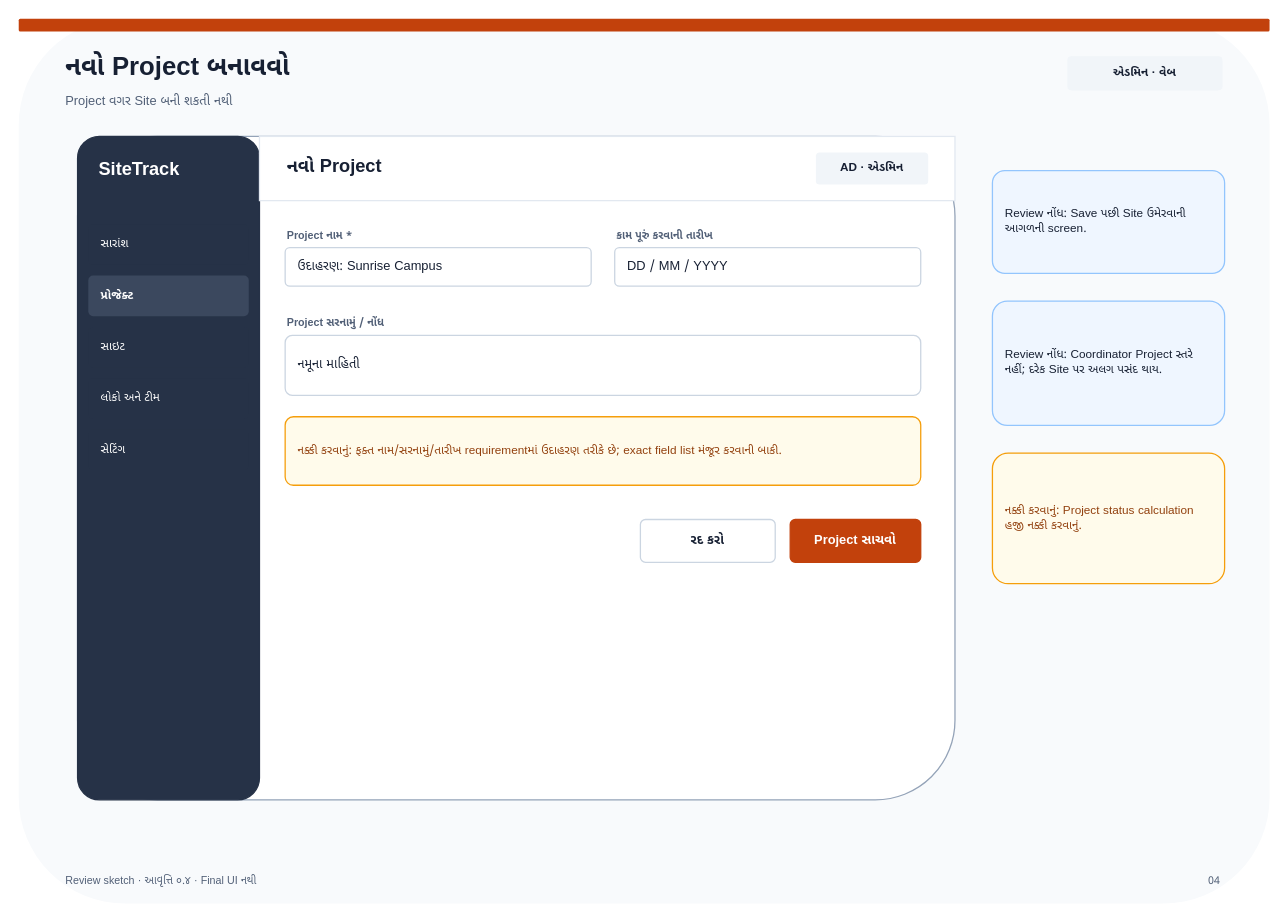
Before: page "04 · Create a new Project" (5 of 18) of review/site-tracking-screen-sketches-v0.4.drawio in dbmoradiya/site-tracking-system, a draw.io diagram. Source tidied: cells renumbered, new cells numbered last; positions are measured from the earlier drawing's top-left corner, leaving out a move shared by most shapes. Both pictures are drawn from the tidied source at 107%, with x=0, y=0 at pixel (18, 18).
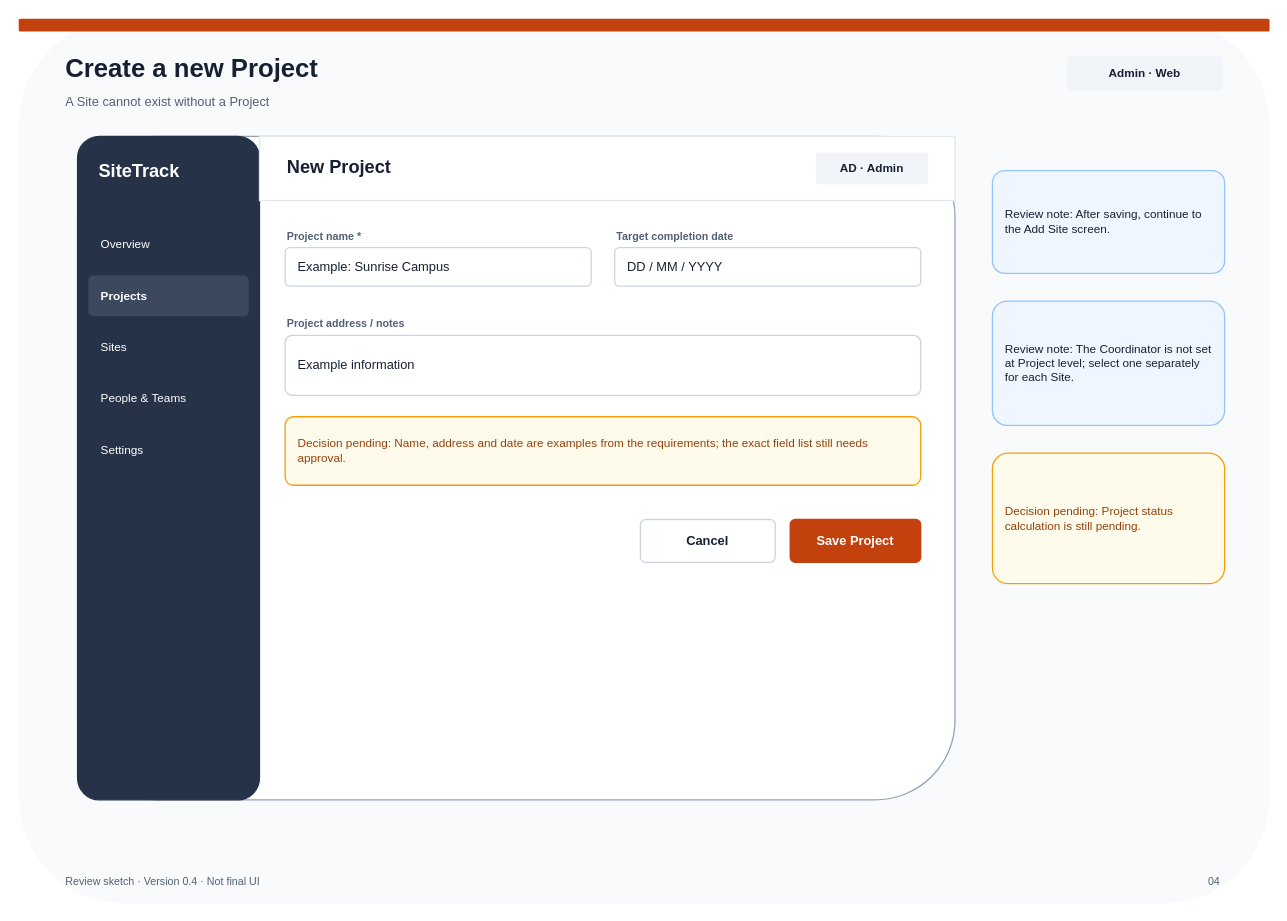
The same page after the edit.

What changed in the source:
```diff
@@
-    <mxCell id="2" style="rounded=1;whiteSpace=wrap;html=1;fillColor=#F8FAFC;strokeColor=none;strokeWidth=1.2;fontFamily=Noto Sans Gujarati;fontSize=13;fontColor=#172033;fontStyle=0;align=left;verticalAlign=middle;spacingLeft=10;spacingRight=10;spacingTop=6;spacingBottom=6;dashed=0;arcSize=12;" parent="1" vertex="1">
+    <mxCell id="2" style="rounded=1;whiteSpace=wrap;html=1;fillColor=#F8FAFC;strokeColor=none;strokeWidth=1.2;fontFamily=Arial;fontSize=13;fontColor=#172033;fontStyle=0;align=left;verticalAlign=middle;spacingLeft=10;spacingRight=10;spacingTop=6;spacingBottom=6;dashed=0;arcSize=12;" parent="1" vertex="1">
       <mxGeometry width="1169" height="827" as="geometry" />
     </mxCell>
-    <mxCell id="3" style="rounded=1;whiteSpace=wrap;html=1;fillColor=#C2410C;strokeColor=none;strokeWidth=1.2;fontFamily=Noto Sans Gujarati;fontSize=13;fontColor=#172033;fontStyle=0;align=left;verticalAlign=middle;spacingLeft=10;spacingRight=10;spacingTop=6;spacingBottom=6;dashed=0;arcSize=12;" parent="1" vertex="1">
+    <mxCell id="3" style="rounded=1;whiteSpace=wrap;html=1;fillColor=#C2410C;strokeColor=none;strokeWidth=1.2;fontFamily=Arial;fontSize=13;fontColor=#172033;fontStyle=0;align=left;verticalAlign=middle;spacingLeft=10;spacingRight=10;spacingTop=6;spacingBottom=6;dashed=0;arcSize=12;" parent="1" vertex="1">
       <mxGeometry width="1169" height="12" as="geometry" />
     </mxCell>
-    <mxCell id="4" value="નવો Project બનાવવો" style="text;html=1;strokeColor=none;fillColor=none;whiteSpace=wrap;fontFamily=Noto Sans Gujarati;fontSize=24;fontColor=#172033;fontStyle=1;align=left;verticalAlign=middle;" parent="1" vertex="1">
+    <mxCell id="4" value="Create a new Project" style="text;html=1;strokeColor=none;fillColor=none;whiteSpace=wrap;fontFamily=Arial;fontSize=24;fontColor=#172033;fontStyle=1;align=left;verticalAlign=middle;" parent="1" vertex="1">
       <mxGeometry x="42" y="30" width="875" height="34" as="geometry" />
     </mxCell>
-    <mxCell id="5" value="Project વગર Site બની શકતી નથી" style="text;html=1;strokeColor=none;fillColor=none;whiteSpace=wrap;fontFamily=Noto Sans Gujarati;fontSize=12;fontColor=#526077;fontStyle=0;align=left;verticalAlign=middle;" parent="1" vertex="1">
+    <mxCell id="5" value="A Site cannot exist without a Project" style="text;html=1;strokeColor=none;fillColor=none;whiteSpace=wrap;fontFamily=Arial;fontSize=12;fontColor=#526077;fontStyle=0;align=left;verticalAlign=middle;" parent="1" vertex="1">
       <mxGeometry x="42" y="66" width="900" height="24" as="geometry" />
     </mxCell>
-    <mxCell id="6" value="એડમિન · વેબ" style="rounded=1;whiteSpace=wrap;html=1;fillColor=#F1F5F9;strokeColor=none;strokeWidth=1.2;fontFamily=Noto Sans Gujarati;fontSize=11;fontColor=#172033;fontStyle=1;align=center;verticalAlign=middle;spacingLeft=10;spacingRight=10;spacingTop=6;spacingBottom=6;dashed=0;arcSize=12;" parent="1" vertex="1">
+    <mxCell id="6" value="Admin · Web" style="rounded=1;whiteSpace=wrap;html=1;fillColor=#F1F5F9;strokeColor=none;strokeWidth=1.2;fontFamily=Arial;fontSize=11;fontColor=#172033;fontStyle=1;align=center;verticalAlign=middle;spacingLeft=10;spacingRight=10;spacingTop=6;spacingBottom=6;dashed=0;arcSize=12;" parent="1" vertex="1">
       <mxGeometry x="980" y="35" width="145" height="32" as="geometry" />
     </mxCell>
-    <mxCell id="7" value="Review sketch · આવૃત્તિ ૦.૪ · Final UI નથી" style="text;html=1;strokeColor=none;fillColor=none;whiteSpace=wrap;fontFamily=Noto Sans Gujarati;fontSize=10;fontColor=#526077;fontStyle=0;align=left;verticalAlign=middle;" parent="1" vertex="1">
+    <mxCell id="7" value="Review sketch · Version 0.4 · Not final UI" style="text;html=1;strokeColor=none;fillColor=none;whiteSpace=wrap;fontFamily=Arial;fontSize=10;fontColor=#526077;fontStyle=0;align=left;verticalAlign=middle;" parent="1" vertex="1">
       <mxGeometry x="42" y="797" width="930" height="18" as="geometry" />
     </mxCell>
-    <mxCell id="8" value="04" style="text;html=1;strokeColor=none;fillColor=none;whiteSpace=wrap;fontFamily=Noto Sans Gujarati;fontSize=10;fontColor=#526077;fontStyle=0;align=right;verticalAlign=middle;" parent="1" vertex="1">
+    <mxCell id="8" value="04" style="text;html=1;strokeColor=none;fillColor=none;whiteSpace=wrap;fontFamily=Arial;fontSize=10;fontColor=#526077;fontStyle=0;align=right;verticalAlign=middle;" parent="1" vertex="1">
       <mxGeometry x="1030" y="797" width="95" height="18" as="geometry" />
     </mxCell>
-    <mxCell id="9" style="rounded=1;whiteSpace=wrap;html=1;fillColor=#FFFFFF;strokeColor=#94A3B8;strokeWidth=1.2;fontFamily=Noto Sans Gujarati;fontSize=13;fontColor=#172033;fontStyle=0;align=left;verticalAlign=middle;spacingLeft=10;spacingRight=10;spacingTop=6;spacingBottom=6;dashed=0;arcSize=12;" parent="1" vertex="1">
+    <mxCell id="9" style="rounded=1;whiteSpace=wrap;html=1;fillColor=#FFFFFF;strokeColor=#94A3B8;strokeWidth=1.2;fontFamily=Arial;fontSize=13;fontColor=#172033;fontStyle=0;align=left;verticalAlign=middle;spacingLeft=10;spacingRight=10;spacingTop=6;spacingBottom=6;dashed=0;arcSize=12;" parent="1" vertex="1">
       <mxGeometry x="55" y="110" width="820" height="620" as="geometry" />
     </mxCell>
-    <mxCell id="10" style="rounded=1;whiteSpace=wrap;html=1;fillColor=#263247;strokeColor=#263247;strokeWidth=1.2;fontFamily=Noto Sans Gujarati;fontSize=13;fontColor=#172033;fontStyle=0;align=left;verticalAlign=middle;spacingLeft=10;spacingRight=10;spacingTop=6;spacingBottom=6;dashed=0;arcSize=12;" parent="1" vertex="1">
+    <mxCell id="10" style="rounded=1;whiteSpace=wrap;html=1;fillColor=#263247;strokeColor=#263247;strokeWidth=1.2;fontFamily=Arial;fontSize=13;fontColor=#172033;fontStyle=0;align=left;verticalAlign=middle;spacingLeft=10;spacingRight=10;spacingTop=6;spacingBottom=6;dashed=0;arcSize=12;" parent="1" vertex="1">
       <mxGeometry x="55" y="110" width="170" height="620" as="geometry" />
     </mxCell>
-    <mxCell id="11" value="SiteTrack" style="text;html=1;strokeColor=none;fillColor=none;whiteSpace=wrap;fontFamily=Noto Sans Gujarati;fontSize=17;fontColor=#FFFFFF;fontStyle=1;align=left;verticalAlign=middle;" parent="1" vertex="1">
+    <mxCell id="11" value="SiteTrack" style="text;html=1;strokeColor=none;fillColor=none;whiteSpace=wrap;fontFamily=Arial;fontSize=17;fontColor=#FFFFFF;fontStyle=1;align=left;verticalAlign=middle;" parent="1" vertex="1">
       <mxGeometry x="73" y="128" width="135" height="30" as="geometry" />
     </mxCell>
-    <mxCell id="12" value="સારાંશ" style="rounded=1;whiteSpace=wrap;html=1;fillColor=#263247;strokeColor=none;strokeWidth=1.2;fontFamily=Noto Sans Gujarati;fontSize=11;fontColor=#FFFFFF;fontStyle=0;align=left;verticalAlign=middle;spacingLeft=10;spacingRight=10;spacingTop=6;spacingBottom=6;dashed=0;arcSize=12;" parent="1" vertex="1">
+    <mxCell id="12" value="Overview" style="rounded=1;whiteSpace=wrap;html=1;fillColor=#263247;strokeColor=none;strokeWidth=1.2;fontFamily=Arial;fontSize=11;fontColor=#FFFFFF;fontStyle=0;align=left;verticalAlign=middle;spacingLeft=10;spacingRight=10;spacingTop=6;spacingBottom=6;dashed=0;arcSize=12;" parent="1" vertex="1">
       <mxGeometry x="65" y="192" width="150" height="38" as="geometry" />
     </mxCell>
-    <mxCell id="13" value="પ્રોજેક્ટ" style="rounded=1;whiteSpace=wrap;html=1;fillColor=#3B485E;strokeColor=none;strokeWidth=1.2;fontFamily=Noto Sans Gujarati;fontSize=11;fontColor=#FFFFFF;fontStyle=1;align=left;verticalAlign=middle;spacingLeft=10;spacingRight=10;spacingTop=6;spacingBottom=6;dashed=0;arcSize=12;" parent="1" vertex="1">
+    <mxCell id="13" value="Projects" style="rounded=1;whiteSpace=wrap;html=1;fillColor=#3B485E;strokeColor=none;strokeWidth=1.2;fontFamily=Arial;fontSize=11;fontColor=#FFFFFF;fontStyle=1;align=left;verticalAlign=middle;spacingLeft=10;spacingRight=10;spacingTop=6;spacingBottom=6;dashed=0;arcSize=12;" parent="1" vertex="1">
       <mxGeometry x="65" y="240" width="150" height="38" as="geometry" />
     </mxCell>
-    <mxCell id="14" value="સાઇટ" style="rounded=1;whiteSpace=wrap;html=1;fillColor=#263247;strokeColor=none;strokeWidth=1.2;fontFamily=Noto Sans Gujarati;fontSize=11;fontColor=#FFFFFF;fontStyle=0;align=left;verticalAlign=middle;spacingLeft=10;spacingRight=10;spacingTop=6;spacingBottom=6;dashed=0;arcSize=12;" parent="1" vertex="1">
+    <mxCell id="14" value="Sites" style="rounded=1;whiteSpace=wrap;html=1;fillColor=#263247;strokeColor=none;strokeWidth=1.2;fontFamily=Arial;fontSize=11;fontColor=#FFFFFF;fontStyle=0;align=left;verticalAlign=middle;spacingLeft=10;spacingRight=10;spacingTop=6;spacingBottom=6;dashed=0;arcSize=12;" parent="1" vertex="1">
       <mxGeometry x="65" y="288" width="150" height="38" as="geometry" />
     </mxCell>
-    <mxCell id="15" value="લોકો અને ટીમ" style="rounded=1;whiteSpace=wrap;html=1;fillColor=#263247;strokeColor=none;strokeWidth=1.2;fontFamily=Noto Sans Gujarati;fontSize=11;fontColor=#FFFFFF;fontStyle=0;align=left;verticalAlign=middle;spacingLeft=10;spacingRight=10;spacingTop=6;spacingBottom=6;dashed=0;arcSize=12;" parent="1" vertex="1">
+    <mxCell id="15" value="People &amp; Teams" style="rounded=1;whiteSpace=wrap;html=1;fillColor=#263247;strokeColor=none;strokeWidth=1.2;fontFamily=Arial;fontSize=11;fontColor=#FFFFFF;fontStyle=0;align=left;verticalAlign=middle;spacingLeft=10;spacingRight=10;spacingTop=6;spacingBottom=6;dashed=0;arcSize=12;" parent="1" vertex="1">
       <mxGeometry x="65" y="336" width="150" height="38" as="geometry" />
     </mxCell>
-    <mxCell id="16" value="સેટિંગ" style="rounded=1;whiteSpace=wrap;html=1;fillColor=#263247;strokeColor=none;strokeWidth=1.2;fontFamily=Noto Sans Gujarati;fontSize=11;fontColor=#FFFFFF;fontStyle=0;align=left;verticalAlign=middle;spacingLeft=10;spacingRight=10;spacingTop=6;spacingBottom=6;dashed=0;arcSize=12;" parent="1" vertex="1">
+    <mxCell id="16" value="Settings" style="rounded=1;whiteSpace=wrap;html=1;fillColor=#263247;strokeColor=none;strokeWidth=1.2;fontFamily=Arial;fontSize=11;fontColor=#FFFFFF;fontStyle=0;align=left;verticalAlign=middle;spacingLeft=10;spacingRight=10;spacingTop=6;spacingBottom=6;dashed=0;arcSize=12;" parent="1" vertex="1">
       <mxGeometry x="65" y="384" width="150" height="38" as="geometry" />
     </mxCell>
-    <mxCell id="17" style="rounded=0;whiteSpace=wrap;html=1;fillColor=#FFFFFF;strokeColor=#E2E8F0;strokeWidth=1.2;fontFamily=Noto Sans Gujarati;fontSize=13;fontColor=#172033;fontStyle=0;align=left;verticalAlign=middle;spacingLeft=10;spacingRight=10;spacingTop=6;spacingBottom=6;dashed=0;arcSize=12;" parent="1" vertex="1">
+    <mxCell id="17" style="rounded=0;whiteSpace=wrap;html=1;fillColor=#FFFFFF;strokeColor=#E2E8F0;strokeWidth=1.2;fontFamily=Arial;fontSize=13;fontColor=#172033;fontStyle=0;align=left;verticalAlign=middle;spacingLeft=10;spacingRight=10;spacingTop=6;spacingBottom=6;dashed=0;arcSize=12;" parent="1" vertex="1">
       <mxGeometry x="225" y="110" width="650" height="60" as="geometry" />
     </mxCell>
-    <mxCell id="18" value="નવો Project" style="text;html=1;strokeColor=none;fillColor=none;whiteSpace=wrap;fontFamily=Noto Sans Gujarati;fontSize=17;fontColor=#172033;fontStyle=1;align=left;verticalAlign=middle;" parent="1" vertex="1">
+    <mxCell id="18" value="New Project" style="text;html=1;strokeColor=none;fillColor=none;whiteSpace=wrap;fontFamily=Arial;fontSize=17;fontColor=#172033;fontStyle=1;align=left;verticalAlign=middle;" parent="1" vertex="1">
       <mxGeometry x="249" y="125" width="400" height="30" as="geometry" />
     </mxCell>
-    <mxCell id="19" value="AD · એડમિન" style="rounded=1;whiteSpace=wrap;html=1;fillColor=#F1F5F9;strokeColor=none;strokeWidth=1.2;fontFamily=Noto Sans Gujarati;fontSize=11;fontColor=#172033;fontStyle=1;align=center;verticalAlign=middle;spacingLeft=10;spacingRight=10;spacingTop=6;spacingBottom=6;dashed=0;arcSize=12;" parent="1" vertex="1">
+    <mxCell id="19" value="AD · Admin" style="rounded=1;whiteSpace=wrap;html=1;fillColor=#F1F5F9;strokeColor=none;strokeWidth=1.2;fontFamily=Arial;fontSize=11;fontColor=#172033;fontStyle=1;align=center;verticalAlign=middle;spacingLeft=10;spacingRight=10;spacingTop=6;spacingBottom=6;dashed=0;arcSize=12;" parent="1" vertex="1">
       <mxGeometry x="745" y="125" width="105" height="30" as="geometry" />
     </mxCell>
-    <mxCell id="20" value="Project નામ *" style="text;html=1;strokeColor=none;fillColor=none;whiteSpace=wrap;fontFamily=Noto Sans Gujarati;fontSize=10;fontColor=#526077;fontStyle=1;align=left;verticalAlign=middle;" parent="1" vertex="1">
+    <mxCell id="20" value="Project name *" style="text;html=1;strokeColor=none;fillColor=none;whiteSpace=wrap;fontFamily=Arial;fontSize=10;fontColor=#526077;fontStyle=1;align=left;verticalAlign=middle;" parent="1" vertex="1">
       <mxGeometry x="249" y="194" width="286" height="18" as="geometry" />
     </mxCell>
-    <mxCell id="21" value="ઉદાહરણ: Sunrise Campus" style="rounded=1;whiteSpace=wrap;html=1;fillColor=#FFFFFF;strokeColor=#CBD5E1;strokeWidth=1.2;fontFamily=Noto Sans Gujarati;fontSize=12;fontColor=#172033;fontStyle=0;align=left;verticalAlign=middle;spacingLeft=10;spacingRight=10;spacingTop=6;spacingBottom=6;dashed=0;arcSize=12;" parent="1" vertex="1">
+    <mxCell id="21" value="Example: Sunrise Campus" style="rounded=1;whiteSpace=wrap;html=1;fillColor=#FFFFFF;strokeColor=#CBD5E1;strokeWidth=1.2;fontFamily=Arial;fontSize=12;fontColor=#172033;fontStyle=0;align=left;verticalAlign=middle;spacingLeft=10;spacingRight=10;spacingTop=6;spacingBottom=6;dashed=0;arcSize=12;" parent="1" vertex="1">
       <mxGeometry x="249" y="214" width="286" height="36" as="geometry" />
     </mxCell>
-    <mxCell id="22" value="કામ પૂરું કરવાની તારીખ" style="text;html=1;strokeColor=none;fillColor=none;whiteSpace=wrap;fontFamily=Noto Sans Gujarati;fontSize=10;fontColor=#526077;fontStyle=1;align=left;verticalAlign=middle;" parent="1" vertex="1">
+    <mxCell id="22" value="Target completion date" style="text;html=1;strokeColor=none;fillColor=none;whiteSpace=wrap;fontFamily=Arial;fontSize=10;fontColor=#526077;fontStyle=1;align=left;verticalAlign=middle;" parent="1" vertex="1">
       <mxGeometry x="557" y="194" width="286" height="18" as="geometry" />
     </mxCell>
-    <mxCell id="23" value="DD / MM / YYYY" style="rounded=1;whiteSpace=wrap;html=1;fillColor=#FFFFFF;strokeColor=#CBD5E1;strokeWidth=1.2;fontFamily=Noto Sans Gujarati;fontSize=12;fontColor=#172033;fontStyle=0;align=left;verticalAlign=middle;spacingLeft=10;spacingRight=10;spacingTop=6;spacingBottom=6;dashed=0;arcSize=12;" parent="1" vertex="1">
+    <mxCell id="23" value="DD / MM / YYYY" style="rounded=1;whiteSpace=wrap;html=1;fillColor=#FFFFFF;strokeColor=#CBD5E1;strokeWidth=1.2;fontFamily=Arial;fontSize=12;fontColor=#172033;fontStyle=0;align=left;verticalAlign=middle;spacingLeft=10;spacingRight=10;spacingTop=6;spacingBottom=6;dashed=0;arcSize=12;" parent="1" vertex="1">
       <mxGeometry x="557" y="214" width="286" height="36" as="geometry" />
     </mxCell>
-    <mxCell id="24" value="Project સરનામું / નોંધ" style="text;html=1;strokeColor=none;fillColor=none;whiteSpace=wrap;fontFamily=Noto Sans Gujarati;fontSize=10;fontColor=#526077;fontStyle=1;align=left;verticalAlign=middle;" parent="1" vertex="1">
+    <mxCell id="24" value="Project address / notes" style="text;html=1;strokeColor=none;fillColor=none;whiteSpace=wrap;fontFamily=Arial;fontSize=10;fontColor=#526077;fontStyle=1;align=left;verticalAlign=middle;" parent="1" vertex="1">
       <mxGeometry x="249" y="276" width="594" height="18" as="geometry" />
     </mxCell>
-    <mxCell id="25" value="નમૂના માહિતી" style="rounded=1;whiteSpace=wrap;html=1;fillColor=#FFFFFF;strokeColor=#CBD5E1;strokeWidth=1.2;fontFamily=Noto Sans Gujarati;fontSize=12;fontColor=#172033;fontStyle=0;align=left;verticalAlign=middle;spacingLeft=10;spacingRight=10;spacingTop=6;spacingBottom=6;dashed=0;arcSize=12;" parent="1" vertex="1">
+    <mxCell id="25" value="Example information" style="rounded=1;whiteSpace=wrap;html=1;fillColor=#FFFFFF;strokeColor=#CBD5E1;strokeWidth=1.2;fontFamily=Arial;fontSize=12;fontColor=#172033;fontStyle=0;align=left;verticalAlign=middle;spacingLeft=10;spacingRight=10;spacingTop=6;spacingBottom=6;dashed=0;arcSize=12;" parent="1" vertex="1">
       <mxGeometry x="249" y="296" width="594" height="56" as="geometry" />
     </mxCell>
-    <mxCell id="26" value="નક્કી કરવાનું: ફક્ત નામ/સરનામું/તારીખ requirementમાં ઉદાહરણ તરીકે છે; exact field list મંજૂર કરવાની બાકી." style="rounded=1;whiteSpace=wrap;html=1;fillColor=#FFFBEB;strokeColor=#F59E0B;strokeWidth=1.2;fontFamily=Noto Sans Gujarati;fontSize=11;fontColor=#92400E;fontStyle=0;align=left;verticalAlign=middle;spacingLeft=10;spacingRight=10;spacingTop=6;spacingBottom=6;dashed=0;arcSize=12;" parent="1" vertex="1">
+    <mxCell id="26" value="Decision pending: Name, address and date are examples from the requirements; the exact field list still needs approval." style="rounded=1;whiteSpace=wrap;html=1;fillColor=#FFFBEB;strokeColor=#F59E0B;strokeWidth=1.2;fontFamily=Arial;fontSize=11;fontColor=#92400E;fontStyle=0;align=left;verticalAlign=middle;spacingLeft=10;spacingRight=10;spacingTop=6;spacingBottom=6;dashed=0;arcSize=12;" parent="1" vertex="1">
       <mxGeometry x="249" y="372" width="594" height="64" as="geometry" />
     </mxCell>
-    <mxCell id="27" value="રદ કરો" style="rounded=1;whiteSpace=wrap;html=1;fillColor=#FFFFFF;strokeColor=#CBD5E1;strokeWidth=1.2;fontFamily=Noto Sans Gujarati;fontSize=12;fontColor=#172033;fontStyle=1;align=center;verticalAlign=middle;spacingLeft=10;spacingRight=10;spacingTop=6;spacingBottom=6;dashed=0;arcSize=12;" parent="1" vertex="1">
+    <mxCell id="27" value="Cancel" style="rounded=1;whiteSpace=wrap;html=1;fillColor=#FFFFFF;strokeColor=#CBD5E1;strokeWidth=1.2;fontFamily=Arial;fontSize=12;fontColor=#172033;fontStyle=1;align=center;verticalAlign=middle;spacingLeft=10;spacingRight=10;spacingTop=6;spacingBottom=6;dashed=0;arcSize=12;" parent="1" vertex="1">
       <mxGeometry x="581" y="468" width="126" height="40" as="geometry" />
     </mxCell>
-    <mxCell id="28" value="Project સાચવો" style="rounded=1;whiteSpace=wrap;html=1;fillColor=#C2410C;strokeColor=#C2410C;strokeWidth=1.2;fontFamily=Noto Sans Gujarati;fontSize=12;fontColor=#FFFFFF;fontStyle=1;align=center;verticalAlign=middle;spacingLeft=10;spacingRight=10;spacingTop=6;spacingBottom=6;dashed=0;arcSize=12;" parent="1" vertex="1">
+    <mxCell id="28" value="Save Project" style="rounded=1;whiteSpace=wrap;html=1;fillColor=#C2410C;strokeColor=#C2410C;strokeWidth=1.2;fontFamily=Arial;fontSize=12;fontColor=#FFFFFF;fontStyle=1;align=center;verticalAlign=middle;spacingLeft=10;spacingRight=10;spacingTop=6;spacingBottom=6;dashed=0;arcSize=12;" parent="1" vertex="1">
       <mxGeometry x="721" y="468" width="122" height="40" as="geometry" />
     </mxCell>
-    <mxCell id="29" value="Review નોંધ: Save પછી Site ઉમેરવાની આગળની screen." style="rounded=1;whiteSpace=wrap;html=1;fillColor=#EFF6FF;strokeColor=#93C5FD;strokeWidth=1.2;fontFamily=Noto Sans Gujarati;fontSize=11;fontColor=#172033;fontStyle=0;align=left;verticalAlign=middle;spacingLeft=10;spacingRight=10;spacingTop=6;spacingBottom=6;dashed=0;arcSize=12;" parent="1" vertex="1">
+    <mxCell id="29" value="Review note: After saving, continue to the Add Site screen." style="rounded=1;whiteSpace=wrap;html=1;fillColor=#EFF6FF;strokeColor=#93C5FD;strokeWidth=1.2;fontFamily=Arial;fontSize=11;fontColor=#172033;fontStyle=0;align=left;verticalAlign=middle;spacingLeft=10;spacingRight=10;spacingTop=6;spacingBottom=6;dashed=0;arcSize=12;" parent="1" vertex="1">
       <mxGeometry x="910" y="142" width="217" height="96" as="geometry" />
     </mxCell>
-    <mxCell id="30" value="Review નોંધ: Coordinator Project સ્તરે નહીં; દરેક Site પર અલગ પસંદ થાય." style="rounded=1;whiteSpace=wrap;html=1;fillColor=#EFF6FF;strokeColor=#93C5FD;strokeWidth=1.2;fontFamily=Noto Sans Gujarati;fontSize=11;fontColor=#172033;fontStyle=0;align=left;verticalAlign=middle;spacingLeft=10;spacingRight=10;spacingTop=6;spacingBottom=6;dashed=0;arcSize=12;" parent="1" vertex="1">
+    <mxCell id="30" value="Review note: The Coordinator is not set at Project level; select one separately for each Site." style="rounded=1;whiteSpace=wrap;html=1;fillColor=#EFF6FF;strokeColor=#93C5FD;strokeWidth=1.2;fontFamily=Arial;fontSize=11;fontColor=#172033;fontStyle=0;align=left;verticalAlign=middle;spacingLeft=10;spacingRight=10;spacingTop=6;spacingBottom=6;dashed=0;arcSize=12;" parent="1" vertex="1">
       <mxGeometry x="910" y="264" width="217" height="116" as="geometry" />
     </mxCell>
-    <mxCell id="31" value="નક્કી કરવાનું: Project status calculation હજી નક્કી કરવાનું." style="rounded=1;whiteSpace=wrap;html=1;fillColor=#FFFBEB;strokeColor=#F59E0B;strokeWidth=1.2;fontFamily=Noto Sans Gujarati;fontSize=11;fontColor=#92400E;fontStyle=0;align=left;verticalAlign=middle;spacingLeft=10;spacingRight=10;spacingTop=6;spacingBottom=6;dashed=0;arcSize=12;" parent="1" vertex="1">
+    <mxCell id="31" value="Decision pending: Project status calculation is still pending." style="rounded=1;whiteSpace=wrap;html=1;fillColor=#FFFBEB;strokeColor=#F59E0B;strokeWidth=1.2;fontFamily=Arial;fontSize=11;fontColor=#92400E;fontStyle=0;align=left;verticalAlign=middle;spacingLeft=10;spacingRight=10;spacingTop=6;spacingBottom=6;dashed=0;arcSize=12;" parent="1" vertex="1">
       <mxGeometry x="910" y="406" width="217" height="122" as="geometry" />
     </mxCell>
```
